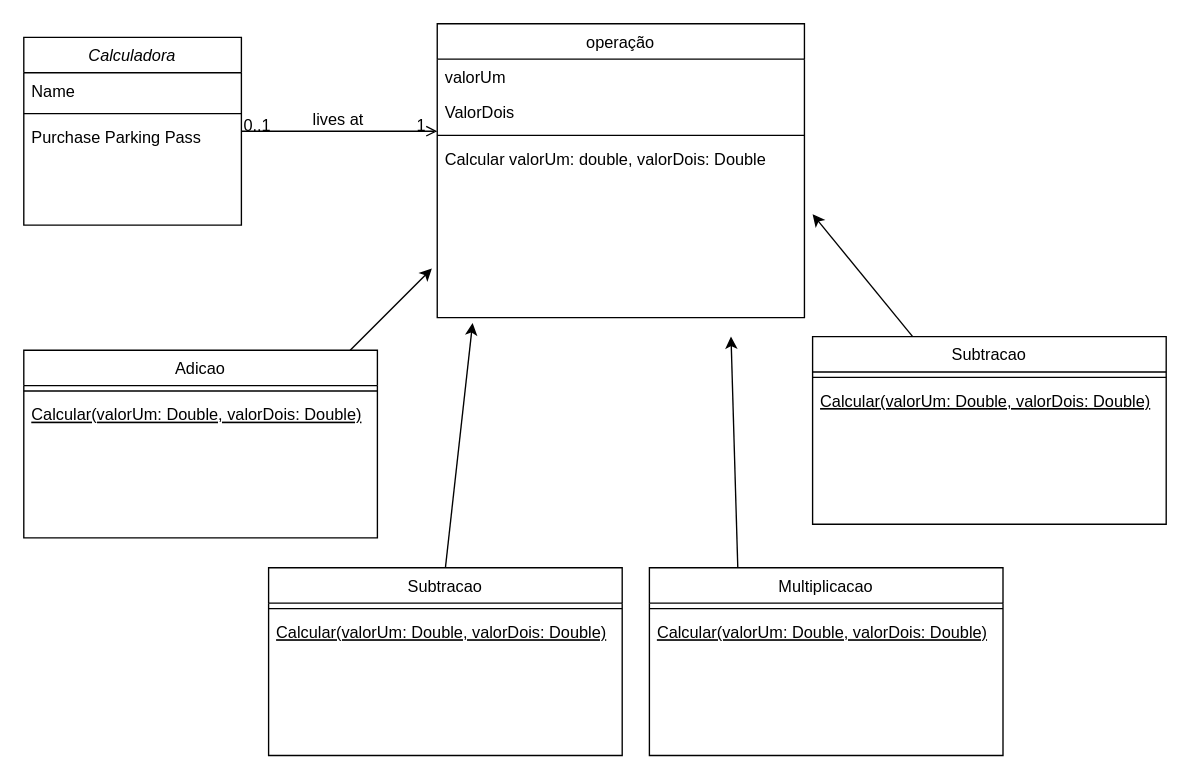
joianahorrana/linguagemprogramacao keeps this draw.io diagram as Diagrama sem nome.drawio. Above is the earlier version. Source tidied: cells renumbered, new cells numbered last; positions are measured from the earlier drawing's top-left corner, leaving out a move shared by most shapes. Both pictures are drawn from the tidied source at 136%, with x=0, y=0 at pixel (23, 23).
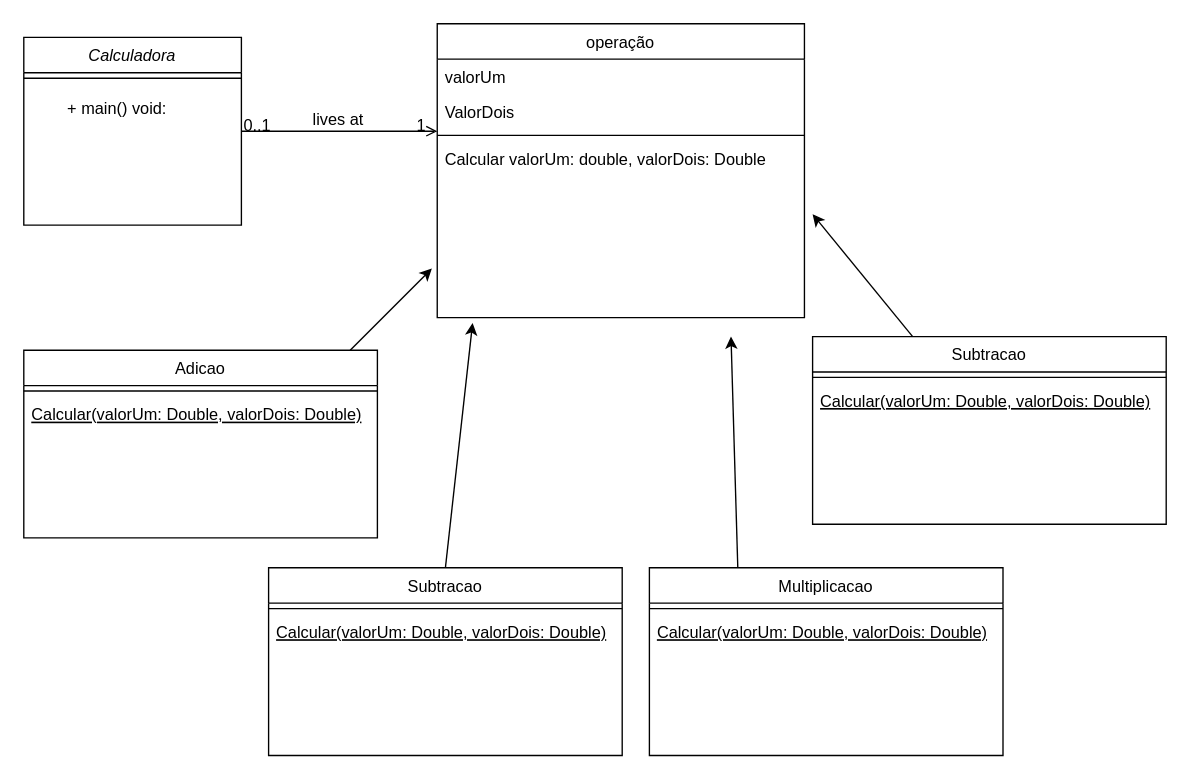
The same page after the edit.

Commit message:
Calculdora_POO

Unchanged cells that the change refers to:
```xml
<mxCell id="2" value="Calculadora" style="swimlane;fontStyle=2;align=center;verticalAlign=top;horizontal=1;startSize=26;rounded=0;shadow=0;strokeWidth=1;" parent="1" vertex="1">
  <mxGeometry y="10" width="160" height="138" as="geometry" />
</mxCell>
```

Diff of the diagram source:
```diff
@@
-    <mxCell id="3" value="Name" style="text;align=left;verticalAlign=top;spacingLeft=4;spacingRight=4;overflow=hidden;" parent="2" vertex="1">
-      <mxGeometry y="26" width="160" height="26" as="geometry" />
-    </mxCell>
     <mxCell id="4" style="line;html=1;strokeWidth=1;align=left;verticalAlign=middle;spacingTop=-1;spacingLeft=3;spacingRight=3;labelPosition=right;" parent="2" vertex="1">
-      <mxGeometry y="52" width="160" height="8" as="geometry" />
+      <mxGeometry y="26" width="160" height="8" as="geometry" />
     </mxCell>
-    <mxCell id="5" value="Purchase Parking Pass" style="text;align=left;verticalAlign=top;spacingLeft=4;spacingRight=4;overflow=hidden;" parent="2" vertex="1">
-      <mxGeometry y="60" width="160" height="26" as="geometry" />
-    </mxCell>
@@
+    <mxCell id="31" value="+ main() void:&amp;nbsp;" style="text;html=1;align=center;verticalAlign=middle;strokeColor=none;fillColor=none;" parent="1" vertex="1">
+      <mxGeometry x="20" y="48" width="100" height="30" as="geometry" />
+    </mxCell>
```
